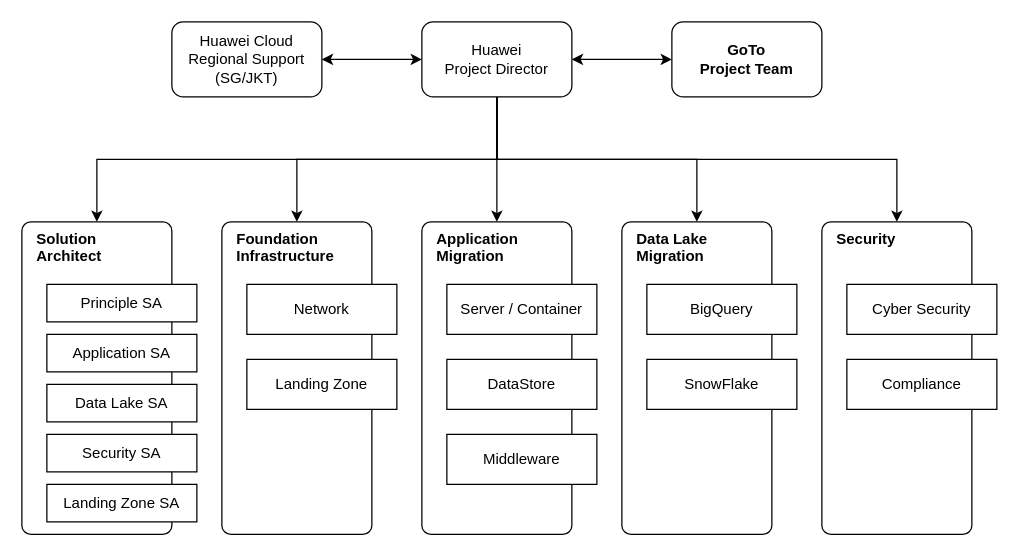
Earlier version of the draw.io diagram First_Attempt.drawio (keliu-chs/mydocs). Source tidied: cells renumbered, new cells numbered last; positions are measured from the earlier drawing's top-left corner, leaving out a move shared by most shapes. Both pictures are drawn from the tidied source at 125%, with x=0, y=0 at pixel (21, 21).
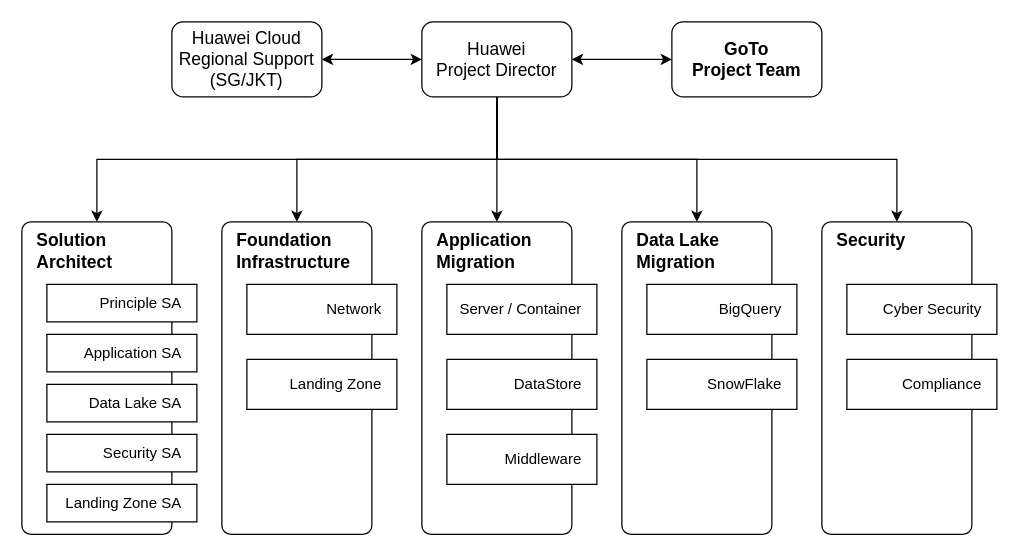
After the change.

Change to the diagram source:
```diff
@@
-    <mxCell id="2" style="edgeStyle=orthogonalEdgeStyle;rounded=0;jettySize=auto;html=1;exitX=0;exitY=0.5;exitDx=0;exitDy=0;entryX=1;entryY=0.5;entryDx=0;entryDy=0;startArrow=classic;startFill=1;" parent="1" edge="1" source="9" target="15">
+    <mxCell id="2" style="edgeStyle=orthogonalEdgeStyle;rounded=0;jettySize=auto;html=1;exitX=0;exitY=0.5;exitDx=0;exitDy=0;entryX=1;entryY=0.5;entryDx=0;entryDy=0;startArrow=classic;startFill=1;fontSize=14;" parent="1" edge="1" source="9" target="15">
       <mxGeometry relative="1" as="geometry" />
     </mxCell>
@@
-    <mxCell id="8" style="edgeStyle=orthogonalEdgeStyle;rounded=0;jettySize=auto;html=1;exitX=1;exitY=0.5;exitDx=0;exitDy=0;entryX=0;entryY=0.5;entryDx=0;entryDy=0;startArrow=classic;startFill=1;" parent="1" edge="1" source="9" target="30">
+    <mxCell id="8" style="edgeStyle=orthogonalEdgeStyle;rounded=0;jettySize=auto;html=1;exitX=1;exitY=0.5;exitDx=0;exitDy=0;entryX=0;entryY=0.5;entryDx=0;entryDy=0;startArrow=classic;startFill=1;fontSize=14;" parent="1" edge="1" source="9" target="30">
       <mxGeometry relative="1" as="geometry" />
     </mxCell>
-    <mxCell id="9" value="&lt;div&gt;Huawei&lt;/div&gt;&lt;div&gt;Project Director&lt;br&gt;&lt;/div&gt;" style="rounded=1;whiteSpace=wrap;html=1;" parent="1" vertex="1">
+    <mxCell id="9" value="&lt;div style=&quot;font-size: 14px;&quot;&gt;Huawei&lt;/div&gt;&lt;div style=&quot;font-size: 14px;&quot;&gt;Project Director&lt;br style=&quot;font-size: 14px;&quot;&gt;&lt;/div&gt;" style="rounded=1;whiteSpace=wrap;html=1;fontSize=14;" parent="1" vertex="1">
       <mxGeometry x="320" width="120" height="60" as="geometry" />
     </mxCell>
-    <mxCell id="10" value="&lt;div&gt;Foundation&lt;/div&gt;&lt;div&gt;Infrastructure&lt;br&gt;&lt;/div&gt;" style="rounded=1;whiteSpace=wrap;html=1;verticalAlign=top;align=left;spacingLeft=10;arcSize=6;fontStyle=1;" parent="1" vertex="1">
+    <mxCell id="10" value="&lt;div style=&quot;font-size: 14px;&quot;&gt;Foundation&lt;/div&gt;&lt;div style=&quot;font-size: 14px;&quot;&gt;Infrastructure&lt;br style=&quot;font-size: 14px;&quot;&gt;&lt;/div&gt;" style="rounded=1;whiteSpace=wrap;html=1;verticalAlign=top;align=left;spacingLeft=10;arcSize=6;fontStyle=1;fontSize=14;" parent="1" vertex="1">
       <mxGeometry x="160" y="160" width="120" height="250" as="geometry" />
     </mxCell>
-    <mxCell id="11" value="&lt;div&gt;Application&lt;/div&gt;&lt;div&gt;Migration&lt;br&gt;&lt;/div&gt;" style="rounded=1;whiteSpace=wrap;html=1;verticalAlign=top;align=left;spacingLeft=10;arcSize=6;fontStyle=1;" parent="1" vertex="1">
+    <mxCell id="11" value="&lt;div style=&quot;font-size: 14px;&quot;&gt;Application&lt;/div&gt;&lt;div style=&quot;font-size: 14px;&quot;&gt;Migration&lt;br style=&quot;font-size: 14px;&quot;&gt;&lt;/div&gt;" style="rounded=1;whiteSpace=wrap;html=1;verticalAlign=top;align=left;spacingLeft=10;arcSize=6;fontStyle=1;fontSize=14;" parent="1" vertex="1">
       <mxGeometry x="320" y="160" width="120" height="250" as="geometry" />
     </mxCell>
-    <mxCell id="12" value="&lt;div&gt;Data Lake&lt;/div&gt;&lt;div&gt;Migration&lt;br&gt;&lt;/div&gt;" style="rounded=1;whiteSpace=wrap;html=1;verticalAlign=top;align=left;spacingLeft=10;arcSize=6;fontStyle=1;" parent="1" vertex="1">
+    <mxCell id="12" value="&lt;div style=&quot;font-size: 14px;&quot;&gt;Data Lake&lt;/div&gt;&lt;div style=&quot;font-size: 14px;&quot;&gt;Migration&lt;br style=&quot;font-size: 14px;&quot;&gt;&lt;/div&gt;" style="rounded=1;whiteSpace=wrap;html=1;verticalAlign=top;align=left;spacingLeft=10;arcSize=6;fontStyle=1;fontSize=14;" parent="1" vertex="1">
       <mxGeometry x="480" y="160" width="120" height="250" as="geometry" />
     </mxCell>
-    <mxCell id="13" value="&lt;div&gt;Solution&lt;/div&gt;&lt;div&gt;Architect&lt;br&gt;&lt;/div&gt;" style="rounded=1;whiteSpace=wrap;html=1;verticalAlign=top;align=left;spacingLeft=10;arcSize=6;fontStyle=1;" parent="1" vertex="1">
+    <mxCell id="13" value="&lt;div style=&quot;font-size: 14px;&quot;&gt;Solution&lt;/div&gt;&lt;div style=&quot;font-size: 14px;&quot;&gt;Architect&lt;br style=&quot;font-size: 14px;&quot;&gt;&lt;/div&gt;" style="rounded=1;whiteSpace=wrap;html=1;verticalAlign=top;align=left;spacingLeft=10;arcSize=6;fontStyle=1;fontSize=14;" parent="1" vertex="1">
       <mxGeometry y="160" width="120" height="250" as="geometry" />
     </mxCell>
-    <mxCell id="14" value="Security" style="rounded=1;whiteSpace=wrap;html=1;verticalAlign=top;align=left;spacingLeft=10;arcSize=6;fontStyle=1;" parent="1" vertex="1">
+    <mxCell id="14" value="Security" style="rounded=1;whiteSpace=wrap;html=1;verticalAlign=top;align=left;spacingLeft=10;arcSize=6;fontStyle=1;fontSize=14;" parent="1" vertex="1">
       <mxGeometry x="640" y="160" width="120" height="250" as="geometry" />
     </mxCell>
-    <mxCell id="15" value="&lt;div&gt;Huawei Cloud&lt;/div&gt;&lt;div&gt;Regional Support&lt;/div&gt;&lt;div&gt;(SG/JKT)&lt;br&gt;&lt;/div&gt;" style="rounded=1;whiteSpace=wrap;html=1;" parent="1" vertex="1">
+    <mxCell id="15" value="&lt;div style=&quot;font-size: 14px;&quot;&gt;Huawei Cloud&lt;/div&gt;&lt;div style=&quot;font-size: 14px;&quot;&gt;Regional Support&lt;/div&gt;&lt;div style=&quot;font-size: 14px;&quot;&gt;(SG/JKT)&lt;br style=&quot;font-size: 14px;&quot;&gt;&lt;/div&gt;" style="rounded=1;whiteSpace=wrap;html=1;fontSize=14;" parent="1" vertex="1">
       <mxGeometry x="120" width="120" height="60" as="geometry" />
     </mxCell>
-    <mxCell id="16" value="Network" style="rounded=0;whiteSpace=wrap;html=1;" parent="1" vertex="1">
+    <mxCell id="16" value="Network" style="rounded=0;whiteSpace=wrap;html=1;align=right;spacingRight=10;" parent="1" vertex="1">
       <mxGeometry x="180" y="210" width="120" height="40" as="geometry" />
     </mxCell>
-    <mxCell id="17" value="Landing Zone" style="rounded=0;whiteSpace=wrap;html=1;" parent="1" vertex="1">
+    <mxCell id="17" value="Landing Zone" style="rounded=0;whiteSpace=wrap;html=1;align=right;spacingRight=10;" parent="1" vertex="1">
       <mxGeometry x="180" y="270" width="120" height="40" as="geometry" />
     </mxCell>
-    <mxCell id="18" value="Server / Container" style="rounded=0;whiteSpace=wrap;html=1;" parent="1" vertex="1">
+    <mxCell id="18" value="Server / Container" style="rounded=0;whiteSpace=wrap;html=1;align=right;spacingRight=10;" parent="1" vertex="1">
       <mxGeometry x="340" y="210" width="120" height="40" as="geometry" />
     </mxCell>
-    <mxCell id="19" value="DataStore" style="rounded=0;whiteSpace=wrap;html=1;" parent="1" vertex="1">
+    <mxCell id="19" value="DataStore" style="rounded=0;whiteSpace=wrap;html=1;align=right;spacingRight=10;" parent="1" vertex="1">
       <mxGeometry x="340" y="270" width="120" height="40" as="geometry" />
     </mxCell>
-    <mxCell id="20" value="Middleware" style="rounded=0;whiteSpace=wrap;html=1;" parent="1" vertex="1">
+    <mxCell id="20" value="Middleware" style="rounded=0;whiteSpace=wrap;html=1;align=right;spacingRight=10;" parent="1" vertex="1">
       <mxGeometry x="340" y="330" width="120" height="40" as="geometry" />
     </mxCell>
-    <mxCell id="21" value="BigQuery" style="rounded=0;whiteSpace=wrap;html=1;" parent="1" vertex="1">
+    <mxCell id="21" value="BigQuery" style="rounded=0;whiteSpace=wrap;html=1;align=right;spacingRight=10;" parent="1" vertex="1">
       <mxGeometry x="500" y="210" width="120" height="40" as="geometry" />
     </mxCell>
-    <mxCell id="22" value="SnowFlake" style="rounded=0;whiteSpace=wrap;html=1;" parent="1" vertex="1">
+    <mxCell id="22" value="SnowFlake" style="rounded=0;whiteSpace=wrap;html=1;align=right;spacingRight=10;" parent="1" vertex="1">
       <mxGeometry x="500" y="270" width="120" height="40" as="geometry" />
     </mxCell>
-    <mxCell id="23" value="Cyber Security" style="rounded=0;whiteSpace=wrap;html=1;" parent="1" vertex="1">
+    <mxCell id="23" value="Cyber Security" style="rounded=0;whiteSpace=wrap;html=1;align=right;spacingRight=10;" parent="1" vertex="1">
       <mxGeometry x="660" y="210" width="120" height="40" as="geometry" />
     </mxCell>
-    <mxCell id="24" value="Compliance" style="rounded=0;whiteSpace=wrap;html=1;" parent="1" vertex="1">
+    <mxCell id="24" value="Compliance" style="rounded=0;whiteSpace=wrap;html=1;align=right;spacingRight=10;" parent="1" vertex="1">
       <mxGeometry x="660" y="270" width="120" height="40" as="geometry" />
     </mxCell>
-    <mxCell id="25" value="Principle SA" style="rounded=0;whiteSpace=wrap;html=1;" parent="1" vertex="1">
+    <mxCell id="25" value="Principle SA" style="rounded=0;whiteSpace=wrap;html=1;align=right;spacingRight=10;" parent="1" vertex="1">
       <mxGeometry x="20" y="210" width="120" height="30" as="geometry" />
     </mxCell>
-    <mxCell id="26" value="Application SA" style="rounded=0;whiteSpace=wrap;html=1;" parent="1" vertex="1">
+    <mxCell id="26" value="Application SA" style="rounded=0;whiteSpace=wrap;html=1;align=right;spacingRight=10;" parent="1" vertex="1">
       <mxGeometry x="20" y="250" width="120" height="30" as="geometry" />
     </mxCell>
-    <mxCell id="27" value="Data Lake SA" style="rounded=0;whiteSpace=wrap;html=1;" parent="1" vertex="1">
+    <mxCell id="27" value="Data Lake SA" style="rounded=0;whiteSpace=wrap;html=1;align=right;spacingRight=10;" parent="1" vertex="1">
       <mxGeometry x="20" y="290" width="120" height="30" as="geometry" />
     </mxCell>
-    <mxCell id="28" value="Security SA" style="rounded=0;whiteSpace=wrap;html=1;" parent="1" vertex="1">
+    <mxCell id="28" value="Security SA" style="rounded=0;whiteSpace=wrap;html=1;align=right;spacingRight=10;" parent="1" vertex="1">
       <mxGeometry x="20" y="330" width="120" height="30" as="geometry" />
     </mxCell>
-    <mxCell id="29" value="Landing Zone SA" style="rounded=0;whiteSpace=wrap;html=1;" parent="1" vertex="1">
+    <mxCell id="29" value="Landing Zone SA" style="rounded=0;whiteSpace=wrap;html=1;align=right;spacingRight=10;" parent="1" vertex="1">
       <mxGeometry x="20" y="370" width="120" height="30" as="geometry" />
     </mxCell>
-    <mxCell id="30" value="&lt;div&gt;GoTo&lt;/div&gt;&lt;div&gt;Project Team&lt;br&gt;&lt;/div&gt;" style="rounded=1;whiteSpace=wrap;html=1;fontStyle=1;" parent="1" vertex="1">
+    <mxCell id="30" value="&lt;div style=&quot;font-size: 14px;&quot;&gt;GoTo&lt;/div&gt;&lt;div style=&quot;font-size: 14px;&quot;&gt;Project Team&lt;br style=&quot;font-size: 14px;&quot;&gt;&lt;/div&gt;" style="rounded=1;whiteSpace=wrap;html=1;fontStyle=1;fontSize=14;" parent="1" vertex="1">
       <mxGeometry x="520" width="120" height="60" as="geometry" />
     </mxCell>
```
